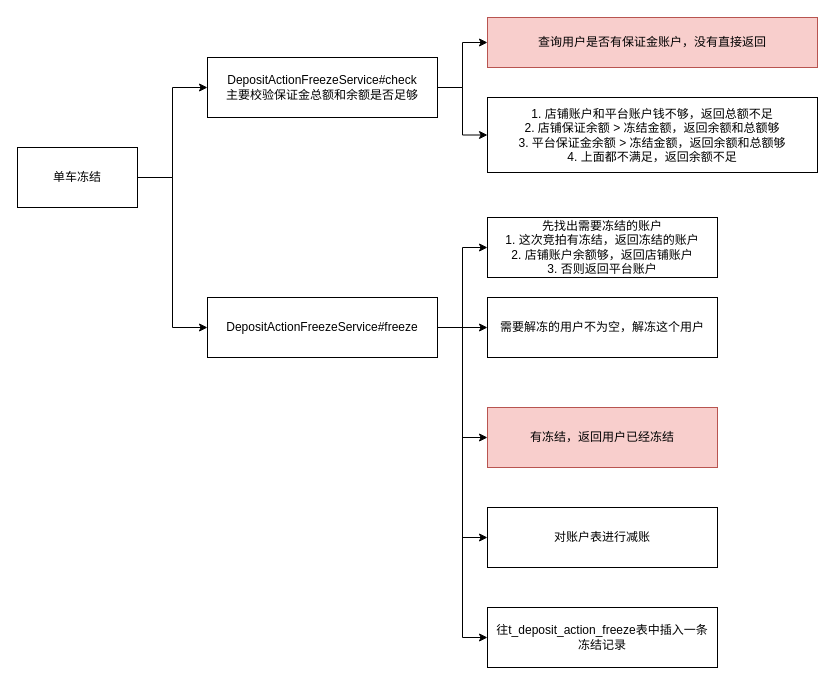
Above: trade-deposit/单车冻结.drawio in erlieStar/diagrams (draw.io), before the change. Source tidied: cells renumbered, new cells numbered last; positions are measured from the earlier drawing's top-left corner, leaving out a move shared by most shapes. Both pictures are drawn from the tidied source at 100%, with x=0, y=0 at pixel (17, 17).
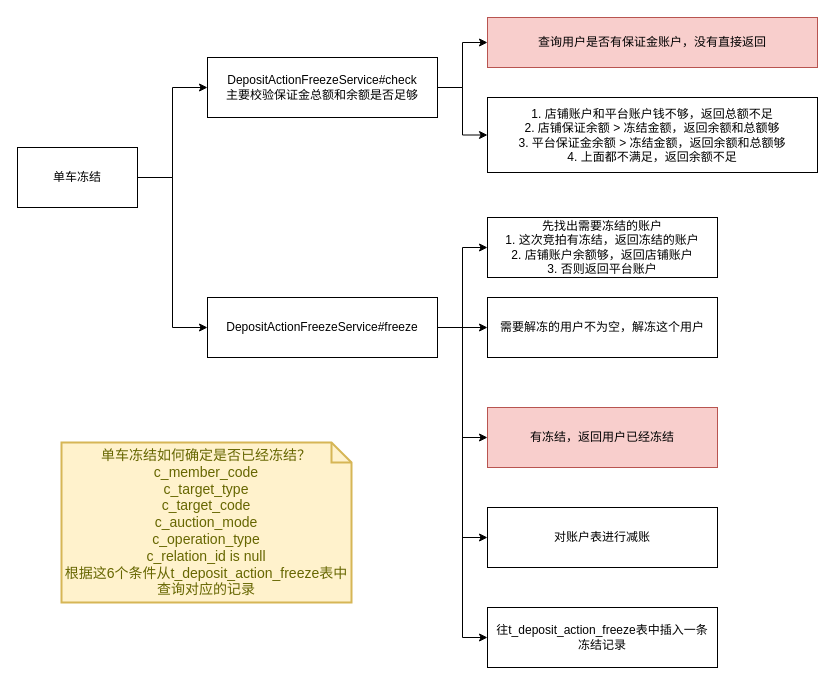
The same page after the edit.

Change to the diagram source:
```diff
@@
+    <mxCell id="21" value="单车冻结如何确定是否已经冻结？&lt;br&gt;&lt;div&gt;c_member_code&lt;/div&gt;&lt;div&gt;c_target_type&lt;/div&gt;&lt;div&gt;c_target_code&lt;/div&gt;&lt;div&gt;c_auction_mode&lt;/div&gt;&lt;div&gt;c_operation_type&lt;/div&gt;&lt;div&gt;c_relation_id is null&lt;/div&gt;&lt;div&gt;根据这6个条件从t_deposit_action_freeze表中查询对应的记录&lt;/div&gt;" style="shape=note;strokeWidth=2;fontSize=14;size=20;whiteSpace=wrap;html=1;fillColor=#fff2cc;strokeColor=#d6b656;fontColor=#666600;" parent="1" vertex="1">
+      <mxGeometry x="44" y="425" width="290" height="160" as="geometry" />
+    </mxCell>
```
